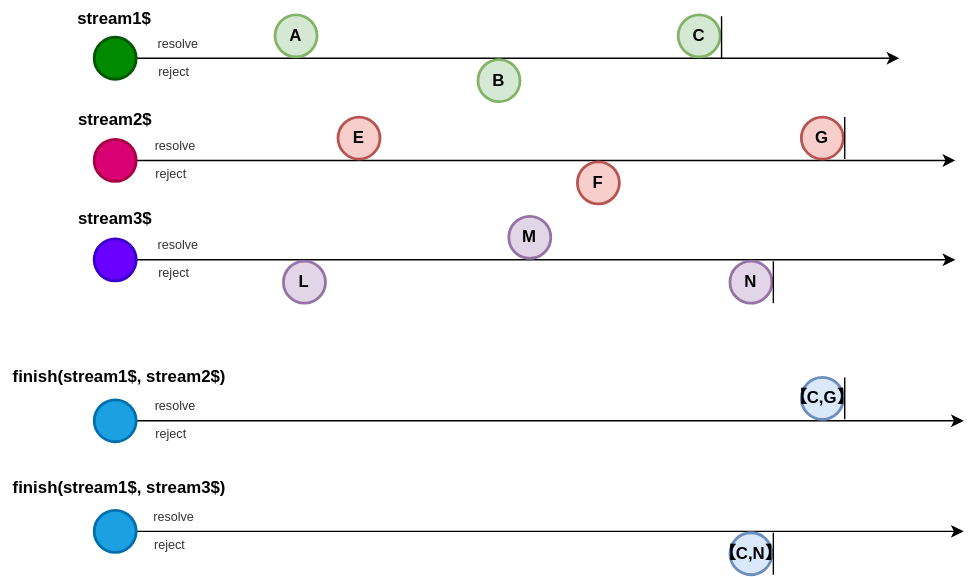
This is docs/public/finish.drawio.svg from fluthjs/fluth-doc, a draw.io export, as it was before one commit. Source tidied: cells renumbered, new cells last; positions are measured from the earlier drawing's top-left corner, leaving out a move shared by most shapes.
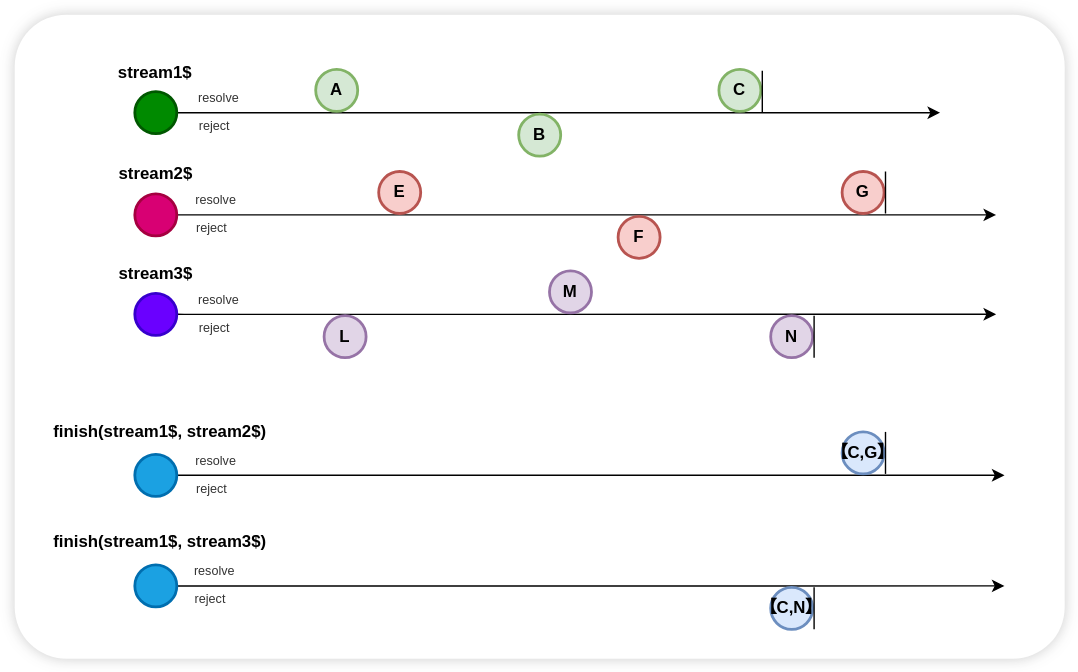
The same diagram one commit later.

What changed in the source:
```diff
@@ -2,6 +2,9 @@
   <root>
     <mxCell id="0" />
     <mxCell id="1" parent="0" />
+    <mxCell id="43" style="rounded=1;whiteSpace=wrap;html=1;fontFamily=Helvetica;fontSize=11;fontColor=default;labelBackgroundColor=default;arcSize=8;shadow=1;glass=0;strokeColor=none;shadowOffsetX=0;shadowOffsetY=0;shadowBlur=5;shadowColor=#333333;" parent="1" vertex="1">
+      <mxGeometry x="-18" y="-29" width="750" height="460" as="geometry" />
+    </mxCell>
     <mxCell id="2" style="edgeStyle=orthogonalEdgeStyle;rounded=0;jettySize=auto;html=1;" parent="1" edge="1" source="3">
       <mxGeometry relative="1" as="geometry">
         <mxPoint x="643" y="41" as="targetPoint" />
```
